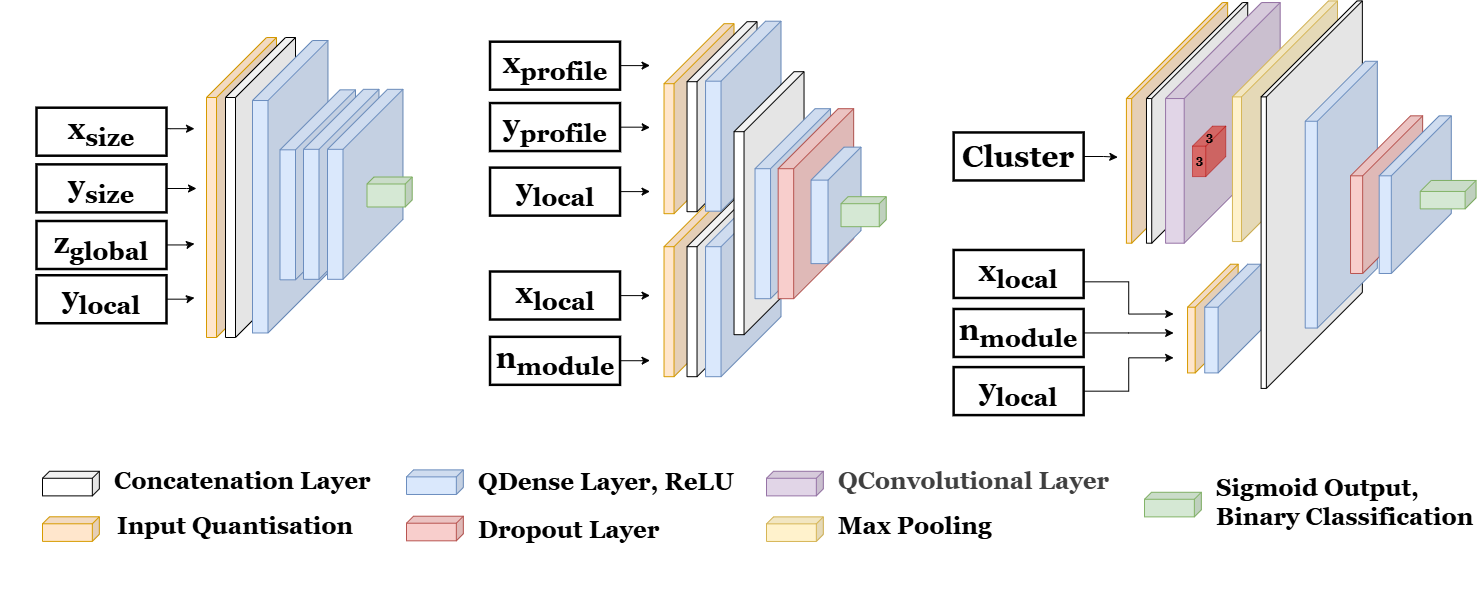
elizahoward/Muon_Collider_Smart_Pixels keeps this draw.io diagram as paperPlots/EricPlots/ModelsTogether.png. Above is the earlier version. Source tidied: cells renumbered, new cells last; positions are measured from the earlier drawing's top-left corner, leaving out a move shared by most shapes.
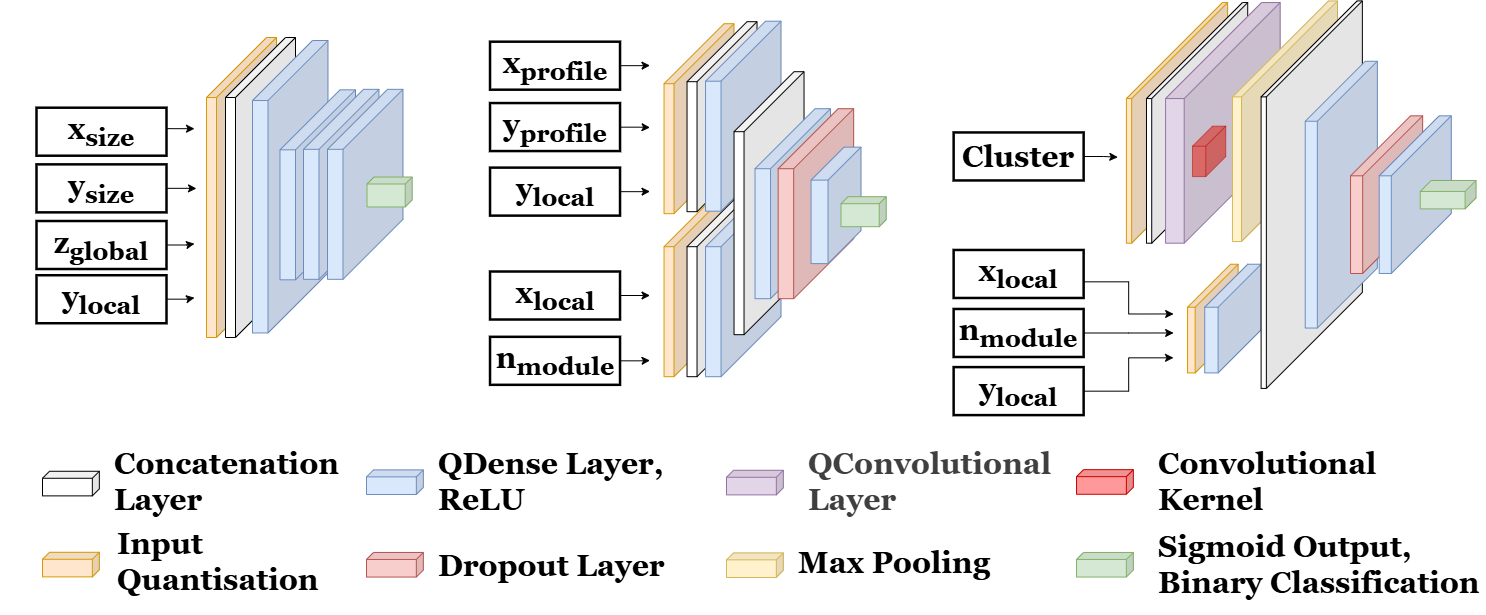
The same file after the commit.

Commit message:
Changed text of layers in model side by side plot

Change to the diagram source:
```diff
@@ -3,7 +3,7 @@
     <mxCell id="0" />
     <mxCell id="1" parent="0" />
     <mxCell id="2" style="group;" parent="1" vertex="1">
-      <mxGeometry y="37" width="375.7" height="577.6" as="geometry" />
+      <mxGeometry y="37" width="376.2" height="577.6" as="geometry" />
     </mxCell>
     <mxCell id="3" style="group;" parent="2" vertex="1">
       <mxGeometry x="36" width="375.7" height="300" as="geometry" />
@@ -65,38 +65,44 @@
     <mxCell id="19" style="shape=cube;whiteSpace=wrap;html=1;boundedLbl=1;backgroundOutline=1;darkOpacity=0.05;darkOpacity2=0.1;size=7;direction=east;flipH=1;fontFamily=Georgia;shadow=0;fillColor=#d5e8d4;strokeColor=#82b366;" parent="3" vertex="1">
       <mxGeometry x="330.5" y="139.5" width="45.2" height="30" as="geometry" />
     </mxCell>
+    <mxCell id="79" style="shape=cube;whiteSpace=wrap;html=1;boundedLbl=1;backgroundOutline=1;darkOpacity=0.05;darkOpacity2=0.1;size=7;direction=east;flipH=1;fillColor=#ffe6cc;strokeColor=#d79b00;fontFamily=Georgia;" parent="2" vertex="1">
+      <mxGeometry x="42" y="514.8" width="56.8" height="24.6" as="geometry" />
+    </mxCell>
+    <mxCell id="78" value="&lt;font style=&quot;font-size: 30px;&quot;&gt;Input Quantisation&lt;/font&gt;" style="text;html=1;strokeColor=none;fillColor=none;align=left;verticalAlign=middle;whiteSpace=wrap;rounded=0;fontStyle=1;fontFamily=Georgia;" parent="2" vertex="1">
+      <mxGeometry x="114.7" y="509" width="261.5" height="29.4" as="geometry" />
+    </mxCell>
-    <mxCell id="20" value="&lt;div&gt;&lt;font style=&quot;font-size: 24px;&quot;&gt;QDense Layer, ReLU&lt;/font&gt;&lt;/div&gt;" style="text;html=1;strokeColor=none;fillColor=none;align=left;verticalAlign=middle;whiteSpace=wrap;rounded=0;fontStyle=1;fontFamily=Georgia;" parent="1" vertex="1">
-      <mxGeometry x="476.1" y="467" width="261.5" height="29.4" as="geometry" />
+    <mxCell id="20" value="&lt;div&gt;&lt;font style=&quot;font-size: 30px;&quot;&gt;QDense Layer, ReLU&lt;/font&gt;&lt;/div&gt;" style="text;html=1;strokeColor=none;fillColor=none;align=left;verticalAlign=middle;whiteSpace=wrap;rounded=0;fontStyle=1;fontFamily=Georgia;" parent="1" vertex="1">
+      <mxGeometry x="436.1" y="466" width="261.5" height="29.4" as="geometry" />
     </mxCell>
     <mxCell id="21" style="shape=cube;whiteSpace=wrap;html=1;boundedLbl=1;backgroundOutline=1;darkOpacity=0.05;darkOpacity2=0.1;size=7;direction=east;flipH=1;fillColor=#dae8fc;strokeColor=#6c8ebf;fontFamily=Georgia;" parent="1" vertex="1">
-      <mxGeometry x="406" y="469.4" width="56.8" height="24.6" as="geometry" />
+      <mxGeometry x="366" y="469.4" width="56.8" height="24.6" as="geometry" />
     </mxCell>
-    <mxCell id="22" value="&lt;font style=&quot;font-size: 24px;&quot;&gt;Dropout Layer&lt;/font&gt;" style="text;html=1;strokeColor=none;fillColor=none;align=left;verticalAlign=middle;whiteSpace=wrap;rounded=0;fontStyle=1;fontFamily=Georgia;" parent="1" vertex="1">
-      <mxGeometry x="476.1" y="515.7" width="261.5" height="29.4" as="geometry" />
+    <mxCell id="22" value="&lt;font style=&quot;font-size: 30px;&quot;&gt;Dropout Layer&lt;/font&gt;" style="text;html=1;strokeColor=none;fillColor=none;align=left;verticalAlign=middle;whiteSpace=wrap;rounded=0;fontStyle=1;fontFamily=Georgia;" parent="1" vertex="1">
+      <mxGeometry x="436" y="550" width="261.6" height="29.4" as="geometry" />
     </mxCell>
     <mxCell id="23" style="shape=cube;whiteSpace=wrap;html=1;boundedLbl=1;backgroundOutline=1;darkOpacity=0.05;darkOpacity2=0.1;size=7;direction=east;flipH=1;fillColor=#f8cecc;strokeColor=#b85450;fontFamily=Georgia;" parent="1" vertex="1">
-      <mxGeometry x="406" y="515.7" width="56.8" height="24.6" as="geometry" />
+      <mxGeometry x="366" y="552" width="56.8" height="24.6" as="geometry" />
     </mxCell>
-    <mxCell id="24" value="&lt;font style=&quot;font-size: 24px;&quot;&gt;Max Pooling&lt;/font&gt;" style="text;html=1;strokeColor=none;fillColor=none;align=left;verticalAlign=middle;whiteSpace=wrap;rounded=0;fontStyle=1;fontFamily=Georgia;" parent="1" vertex="1">
-      <mxGeometry x="836.1" y="511.6" width="261.5" height="29.4" as="geometry" />
+    <mxCell id="24" value="&lt;font style=&quot;font-size: 30px;&quot;&gt;Max Pooling&lt;/font&gt;" style="text;html=1;strokeColor=none;fillColor=none;align=left;verticalAlign=middle;whiteSpace=wrap;rounded=0;fontStyle=1;fontFamily=Georgia;" parent="1" vertex="1">
+      <mxGeometry x="796.1" y="547.6" width="261.5" height="29.4" as="geometry" />
     </mxCell>
     <mxCell id="25" style="shape=cube;whiteSpace=wrap;html=1;boundedLbl=1;backgroundOutline=1;darkOpacity=0.05;darkOpacity2=0.1;size=7;direction=east;flipH=1;fillColor=#fff2cc;strokeColor=#d6b656;fontFamily=Georgia;" parent="1" vertex="1">
-      <mxGeometry x="766" y="516.4" width="56.8" height="24.6" as="geometry" />
+      <mxGeometry x="726" y="552.4" width="56.8" height="24.6" as="geometry" />
     </mxCell>
-    <mxCell id="26" value="&lt;div&gt;&lt;span style=&quot;color: rgb(63, 63, 63); background-color: transparent;&quot;&gt;&lt;font style=&quot;font-size: 24px;&quot;&gt;QConvolutional Layer&lt;/font&gt;&lt;/span&gt;&lt;/div&gt;" style="text;html=1;strokeColor=none;fillColor=none;align=left;verticalAlign=middle;whiteSpace=wrap;rounded=0;fontStyle=1;fontFamily=Georgia;" parent="1" vertex="1">
-      <mxGeometry x="836.1" y="466" width="289.9" height="29.4" as="geometry" />
+    <mxCell id="26" value="&lt;span style=&quot;font-size: 30px;&quot;&gt;Convolutional Kernel&lt;/span&gt;" style="text;html=1;strokeColor=none;fillColor=none;align=left;verticalAlign=middle;whiteSpace=wrap;rounded=0;fontStyle=1;fontFamily=Georgia;" parent="1" vertex="1">
+      <mxGeometry x="1156" y="466" width="289.9" height="29.4" as="geometry" />
     </mxCell>
     <mxCell id="27" style="shape=cube;whiteSpace=wrap;html=1;boundedLbl=1;backgroundOutline=1;darkOpacity=0.05;darkOpacity2=0.1;size=7;direction=east;flipH=1;fillColor=#e1d5e7;strokeColor=#9673a6;fontFamily=Georgia;" parent="1" vertex="1">
-      <mxGeometry x="766" y="470.8" width="56.8" height="24.6" as="geometry" />
+      <mxGeometry x="726" y="469.8" width="56.8" height="24.6" as="geometry" />
     </mxCell>
-    <mxCell id="28" value="&lt;font style=&quot;font-size: 24px;&quot;&gt;Sigmoid Output, Binary Classification&lt;/font&gt;" style="text;html=1;strokeColor=none;fillColor=none;align=left;verticalAlign=middle;whiteSpace=wrap;rounded=0;fontStyle=1;fontFamily=Georgia;" parent="1" vertex="1">
-      <mxGeometry x="1214.1" y="487" width="261.5" height="29.4" as="geometry" />
+    <mxCell id="28" value="&lt;font style=&quot;font-size: 30px;&quot;&gt;Sigmoid Output, Binary Classification&lt;/font&gt;" style="text;html=1;strokeColor=none;fillColor=none;align=left;verticalAlign=middle;whiteSpace=wrap;rounded=0;fontStyle=1;fontFamily=Georgia;" parent="1" vertex="1">
+      <mxGeometry x="1156" y="549.6" width="329.6" height="29.4" as="geometry" />
     </mxCell>
     <mxCell id="29" style="shape=cube;whiteSpace=wrap;html=1;boundedLbl=1;backgroundOutline=1;darkOpacity=0.05;darkOpacity2=0.1;size=7;direction=east;flipH=1;fillColor=#d5e8d4;strokeColor=#82b366;fontFamily=Georgia;" parent="1" vertex="1">
-      <mxGeometry x="1144" y="491.8" width="56.8" height="24.6" as="geometry" />
+      <mxGeometry x="1076" y="552" width="56.8" height="24.6" as="geometry" />
     </mxCell>
     <mxCell id="30" style="group;" parent="1" vertex="1">
-      <mxGeometry x="953.1" y="0.4" width="522.4" height="414.2" as="geometry" />
+      <mxGeometry x="953.1" y="0.4" width="522.4" height="427.3" as="geometry" />
     </mxCell>
     <mxCell id="31" style="shape=cube;whiteSpace=wrap;html=1;boundedLbl=1;backgroundOutline=1;darkOpacity=0.05;darkOpacity2=0.1;size=96;direction=east;flipH=1;fontFamily=Georgia;shadow=0;fillColor=#ffe6cc;strokeColor=#d79b00;" parent="30" vertex="1">
       <mxGeometry x="172.8" y="1.7" width="101.3" height="240.7" as="geometry" />
@@ -116,17 +122,11 @@
       <mxGeometry x="211.9" y="1.7" width="114.6" height="240.7" as="geometry" />
     </mxCell>
     <mxCell id="36" style="group;" parent="30" vertex="1">
-      <mxGeometry x="235.8" y="121.2" width="36.3" height="54.6" as="geometry" />
+      <mxGeometry x="235.8" y="121.2" width="36.3" height="58.2" as="geometry" />
     </mxCell>
     <mxCell id="37" style="shape=cube;whiteSpace=wrap;html=1;boundedLbl=1;backgroundOutline=1;darkOpacity=0.05;darkOpacity2=0.1;size=20;direction=east;flipH=1;fontFamily=Georgia;shadow=0;fillColor=#e51400;strokeColor=#B20000;opacity=50;fontColor=#ffffff;" parent="36" vertex="1">
       <mxGeometry x="3" y="4.1" width="33.3" height="50.5" as="geometry" />
     </mxCell>
-    <mxCell id="38" value="&lt;font style=&quot;color: rgb(0, 0, 0);&quot;&gt;3&lt;/font&gt;" style="text;html=1;align=center;verticalAlign=middle;strokeColor=none;fillColor=none;fontFamily=Georgia;fontStyle=1;fontColor=#5F5F5F;" parent="36" vertex="1">
-      <mxGeometry x="4.7" width="30" height="30" as="geometry" />
-    </mxCell>
-    <mxCell id="39" value="&lt;font style=&quot;color: rgb(0, 0, 0);&quot;&gt;3&lt;/font&gt;" style="text;html=1;align=center;verticalAlign=middle;strokeColor=none;fillColor=none;fontFamily=Georgia;fontStyle=1;fontColor=#5F5F5F;" parent="36" vertex="1">
-      <mxGeometry x="-4.8" y="23.2" width="30" height="30" as="geometry" />
-    </mxCell>
     <mxCell id="40" style="shape=cube;whiteSpace=wrap;html=1;boundedLbl=1;backgroundOutline=1;darkOpacity=0.05;darkOpacity2=0.1;size=96;direction=east;flipH=1;fontFamily=Georgia;shadow=0;fillColor=#fff2cc;strokeColor=#d6b656;" parent="30" vertex="1">
       <mxGeometry x="278.8" width="105.1" height="240.7" as="geometry" />
     </mxCell>
@@ -263,14 +263,14 @@
     <mxCell id="76" style="shape=cube;whiteSpace=wrap;html=1;boundedLbl=1;backgroundOutline=1;darkOpacity=0.05;darkOpacity2=0.1;size=7;direction=east;flipH=1;fontFamily=Georgia;" parent="1" vertex="1">
       <mxGeometry x="42" y="470.8" width="56.8" height="24.6" as="geometry" />
     </mxCell>
-    <mxCell id="77" value="&lt;span style=&quot;font-size: 24px;&quot;&gt;Concatenation Layer&lt;/span&gt;" style="text;html=1;strokeColor=none;fillColor=none;align=left;verticalAlign=middle;whiteSpace=wrap;rounded=0;fontStyle=1;fontFamily=Georgia;" parent="1" vertex="1">
+    <mxCell id="77" value="&lt;span style=&quot;font-size: 30px;&quot;&gt;Concatenation Layer&lt;/span&gt;" style="text;html=1;strokeColor=none;fillColor=none;align=left;verticalAlign=middle;whiteSpace=wrap;rounded=0;fontStyle=1;fontFamily=Georgia;" parent="1" vertex="1">
       <mxGeometry x="112.1" y="466" width="261.5" height="29.4" as="geometry" />
     </mxCell>
-    <mxCell id="78" value="&lt;font style=&quot;font-size: 24px;&quot;&gt;Input Quantisation&lt;/font&gt;" style="text;html=1;strokeColor=none;fillColor=none;align=left;verticalAlign=middle;whiteSpace=wrap;rounded=0;fontStyle=1;fontFamily=Georgia;" parent="1" vertex="1">
-      <mxGeometry x="114.7" y="511.5" width="261.5" height="29.4" as="geometry" />
-    </mxCell>
-    <mxCell id="79" style="shape=cube;whiteSpace=wrap;html=1;boundedLbl=1;backgroundOutline=1;darkOpacity=0.05;darkOpacity2=0.1;size=7;direction=east;flipH=1;fillColor=#ffe6cc;strokeColor=#d79b00;fontFamily=Georgia;" parent="1" vertex="1">
-      <mxGeometry x="42" y="516.3" width="56.8" height="24.6" as="geometry" />
-    </mxCell>
+    <mxCell id="80" style="shape=cube;whiteSpace=wrap;html=1;boundedLbl=1;backgroundOutline=1;darkOpacity=0.05;darkOpacity2=0.1;size=7;direction=east;flipH=1;fillColor=#FF9999;strokeColor=#CC0000;fontFamily=Georgia;" parent="1" vertex="1">
+      <mxGeometry x="1076" y="469.2" width="56.8" height="24.6" as="geometry" />
+    </mxCell>
+    <mxCell id="81" value="&lt;div&gt;&lt;span style=&quot;color: rgb(63, 63, 63); background-color: transparent;&quot;&gt;&lt;font style=&quot;font-size: 30px;&quot;&gt;QConvolutional Layer&lt;/font&gt;&lt;/span&gt;&lt;/div&gt;" style="text;html=1;strokeColor=none;fillColor=none;align=left;verticalAlign=middle;whiteSpace=wrap;rounded=0;fontStyle=1;fontFamily=Georgia;" parent="1" vertex="1">
+      <mxGeometry x="806.1" y="466" width="289.9" height="29.4" as="geometry" />
+    </mxCell>
   </root>
 </mxGraphModel>
```
